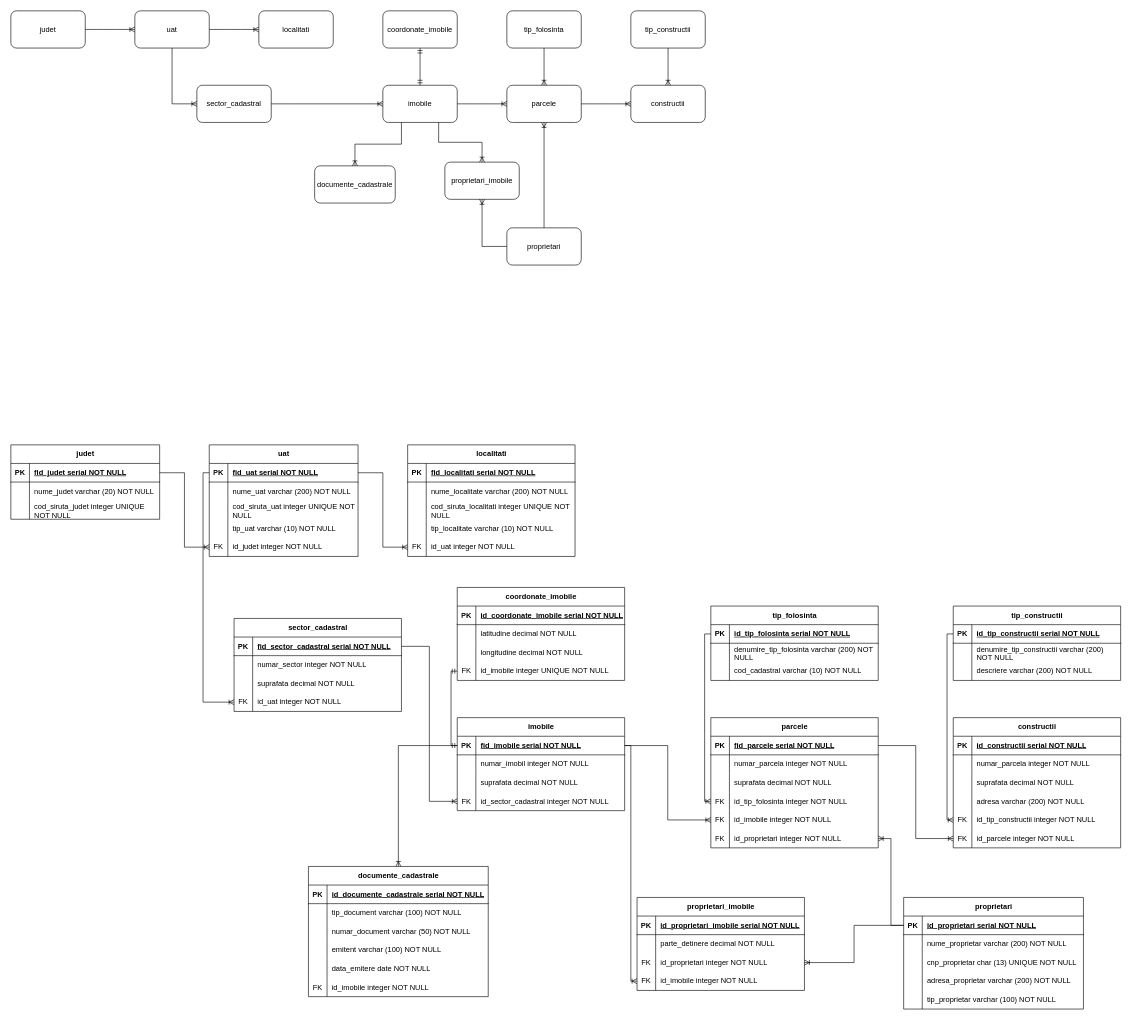
This is Diagramă examen.drawio from AdelaLukacs/examen_sem_I_lukacs_adela, a draw.io file, before an edit. Source tidied: cells renumbered, new cells numbered last; positions are measured from the earlier drawing's top-left corner, leaving out a move shared by most shapes. Both pictures are drawn from the tidied source at 62%, with x=0, y=0 at pixel (11, 11).
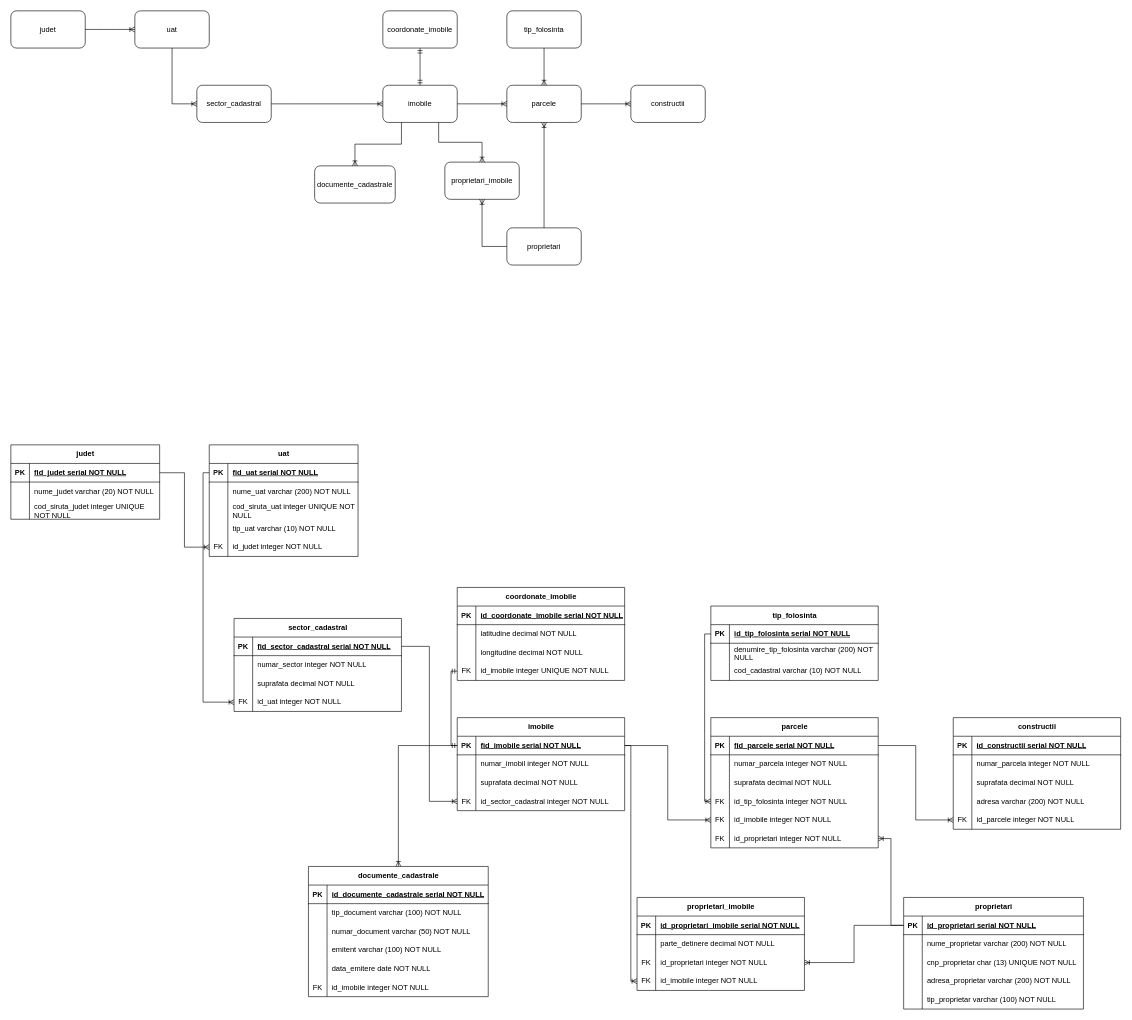
After the change.

Unchanged cells that the change refers to:
```xml
<mxCell id="3" value="uat" style="rounded=1;whiteSpace=wrap;html=1;" parent="1" vertex="1">
  <mxGeometry x="200" width="120" height="60" as="geometry" />
</mxCell>
<mxCell id="8" value="constructii" style="rounded=1;whiteSpace=wrap;html=1;" parent="1" vertex="1">
  <mxGeometry x="1000" y="120" width="120" height="60" as="geometry" />
</mxCell>
<mxCell id="38" style="shape=tableRow;horizontal=0;startSize=0;swimlaneHead=0;swimlaneBody=0;fillColor=none;points=[[0,0.5],[1,0.5]];portConstraint=eastwest;top=0;left=0;right=0;bottom=1;" parent="37" vertex="1">
  <mxGeometry y="30" width="240" height="30" as="geometry" />
</mxCell>
```

What changed in the source:
```diff
@@
-    <mxCell id="4" value="localitati" style="rounded=1;whiteSpace=wrap;html=1;" parent="1" vertex="1">
-      <mxGeometry x="400" width="120" height="60" as="geometry" />
-    </mxCell>
@@
-    <mxCell id="12" value="tip_constructii" style="rounded=1;whiteSpace=wrap;html=1;" parent="1" vertex="1">
-      <mxGeometry x="1000" width="120" height="60" as="geometry" />
-    </mxCell>
@@
-    <mxCell id="15" style="edgeStyle=entityRelationEdgeStyle;fontSize=12;html=1;endArrow=ERoneToMany;rounded=0;exitX=1;exitY=0.5;exitDx=0;exitDy=0;entryX=0;entryY=0.5;entryDx=0;entryDy=0;" parent="1" edge="1" source="3" target="4">
-      <mxGeometry relative="1" as="geometry" />
-    </mxCell>
@@
-    <mxCell id="23" style="fontSize=12;html=1;endArrow=ERoneToMany;rounded=0;exitX=0.5;exitY=1;exitDx=0;exitDy=0;entryX=0.5;entryY=0;entryDx=0;entryDy=0;" parent="1" edge="1" source="12" target="8">
-      <mxGeometry relative="1" as="geometry" />
-    </mxCell>
@@
-    <mxCell id="54" value="localitati" style="shape=table;startSize=30;childLayout=tableLayout;rowLines=0;fontStyle=1;align=center;html=1;" parent="1" vertex="1">
-      <mxGeometry x="640" y="700" width="270" height="180" as="geometry" />
-    </mxCell>
-    <mxCell id="55" style="shape=tableRow;horizontal=0;startSize=0;swimlaneHead=0;swimlaneBody=0;fillColor=none;top=0;left=0;right=0;bottom=1;" parent="54" vertex="1">
-      <mxGeometry y="30" width="270" height="30" as="geometry" />
-    </mxCell>
-    <mxCell id="56" value="PK" style="shape=partialRectangle;fillColor=none;top=0;left=0;bottom=0;right=0;fontStyle=1;overflow=hidden;whiteSpace=wrap;html=1;" parent="55" vertex="1">
-      <mxGeometry width="30" height="30" as="geometry" />
-    </mxCell>
-    <mxCell id="57" value="fid_localitati serial NOT NULL" style="shape=partialRectangle;fillColor=none;top=0;left=0;bottom=0;right=0;align=left;spacingLeft=6;fontStyle=5;overflow=hidden;whiteSpace=wrap;html=1;" parent="55" vertex="1">
-      <mxGeometry x="30" width="240" height="30" as="geometry" />
-    </mxCell>
-    <mxCell id="58" style="shape=tableRow;horizontal=0;startSize=0;swimlaneHead=0;swimlaneBody=0;fillColor=none;top=0;left=0;right=0;bottom=0;" parent="54" vertex="1">
-      <mxGeometry y="60" width="270" height="30" as="geometry" />
-    </mxCell>
-    <mxCell id="59" style="shape=partialRectangle;fillColor=none;top=0;left=0;bottom=0;right=0;overflow=hidden;whiteSpace=wrap;html=1;" parent="58" vertex="1">
-      <mxGeometry width="30" height="30" as="geometry" />
-    </mxCell>
-    <mxCell id="60" value="nume_localitate varchar (200) NOT NULL" style="shape=partialRectangle;fillColor=none;top=0;left=0;bottom=0;right=0;align=left;spacingLeft=6;overflow=hidden;whiteSpace=wrap;html=1;" parent="58" vertex="1">
-      <mxGeometry x="30" width="240" height="30" as="geometry" />
-    </mxCell>
-    <mxCell id="61" style="shape=tableRow;horizontal=0;startSize=0;swimlaneHead=0;swimlaneBody=0;fillColor=none;top=0;left=0;right=0;bottom=0;" parent="54" vertex="1">
-      <mxGeometry y="90" width="270" height="30" as="geometry" />
-    </mxCell>
-    <mxCell id="62" style="shape=partialRectangle;fillColor=none;top=0;left=0;bottom=0;right=0;overflow=hidden;whiteSpace=wrap;html=1;" parent="61" vertex="1">
-      <mxGeometry width="30" height="30" as="geometry" />
-    </mxCell>
-    <mxCell id="63" value="cod_siruta_localitati integer UNIQUE NOT NULL" style="shape=partialRectangle;fillColor=none;top=0;left=0;bottom=0;right=0;align=left;spacingLeft=6;overflow=hidden;whiteSpace=wrap;html=1;" parent="61" vertex="1">
-      <mxGeometry x="30" width="240" height="30" as="geometry" />
-    </mxCell>
-    <mxCell id="64" style="shape=tableRow;horizontal=0;startSize=0;swimlaneHead=0;swimlaneBody=0;fillColor=none;top=0;left=0;right=0;bottom=0;" parent="54" vertex="1">
-      <mxGeometry y="120" width="270" height="30" as="geometry" />
-    </mxCell>
-    <mxCell id="65" style="shape=partialRectangle;fillColor=none;top=0;left=0;bottom=0;right=0;overflow=hidden;whiteSpace=wrap;html=1;" parent="64" vertex="1">
-      <mxGeometry width="30" height="30" as="geometry" />
-    </mxCell>
-    <mxCell id="66" value="tip_localitate varchar (10) NOT NULL" style="shape=partialRectangle;fillColor=none;top=0;left=0;bottom=0;right=0;align=left;spacingLeft=6;overflow=hidden;whiteSpace=wrap;html=1;" parent="64" vertex="1">
-      <mxGeometry x="30" width="240" height="30" as="geometry" />
-    </mxCell>
-    <mxCell id="67" style="shape=tableRow;horizontal=0;startSize=0;swimlaneHead=0;swimlaneBody=0;fillColor=none;points=[[0,0.5],[1,0.5]];portConstraint=eastwest;top=0;left=0;right=0;bottom=0;" parent="54" vertex="1">
-      <mxGeometry y="150" width="270" height="30" as="geometry" />
-    </mxCell>
-    <mxCell id="68" value="FK" style="shape=partialRectangle;fillColor=none;top=0;left=0;bottom=0;right=0;overflow=hidden;whiteSpace=wrap;html=1;" parent="67" vertex="1">
-      <mxGeometry width="30" height="30" as="geometry" />
-    </mxCell>
-    <mxCell id="69" value="id_uat integer NOT NULL&amp;nbsp;" style="shape=partialRectangle;fillColor=none;top=0;left=0;bottom=0;right=0;align=left;spacingLeft=6;overflow=hidden;whiteSpace=wrap;html=1;" parent="67" vertex="1">
-      <mxGeometry x="30" width="240" height="30" as="geometry" />
-    </mxCell>
-    <mxCell id="70" style="edgeStyle=orthogonalEdgeStyle;fontSize=12;html=1;endArrow=ERoneToMany;rounded=0;exitX=1;exitY=0.5;exitDx=0;exitDy=0;entryX=0;entryY=0.5;entryDx=0;entryDy=0;" parent="1" edge="1" source="38" target="67">
-      <mxGeometry relative="1" as="geometry" />
-    </mxCell>
@@
     <mxCell id="145" value="constructii" style="shape=table;startSize=30;childLayout=tableLayout;rowLines=0;fontStyle=1;align=center;html=1;" parent="1" vertex="1">
-      <mxGeometry x="1520" y="1140" width="270" height="210" as="geometry" />
+      <mxGeometry x="1520" y="1140" width="270" height="180" as="geometry" />
     </mxCell>
@@
-    <mxCell id="158" style="shape=tableRow;horizontal=0;startSize=0;swimlaneHead=0;swimlaneBody=0;fillColor=none;points=[[0,0.5],[1,0.5]];portConstraint=eastwest;top=0;left=0;right=0;bottom=0;" parent="145" vertex="1">
-      <mxGeometry y="150" width="270" height="30" as="geometry" />
-    </mxCell>
-    <mxCell id="159" value="FK" style="shape=partialRectangle;fillColor=none;top=0;left=0;bottom=0;right=0;overflow=hidden;whiteSpace=wrap;html=1;" parent="158" vertex="1">
-      <mxGeometry width="30" height="30" as="geometry" />
-    </mxCell>
-    <mxCell id="160" value="id_tip_constructii integer NOT NULL&amp;nbsp;" style="shape=partialRectangle;fillColor=none;top=0;left=0;bottom=0;right=0;align=left;spacingLeft=6;overflow=hidden;whiteSpace=wrap;html=1;" parent="158" vertex="1">
-      <mxGeometry x="30" width="240" height="30" as="geometry" />
-    </mxCell>
     <mxCell id="161" style="shape=tableRow;horizontal=0;startSize=0;swimlaneHead=0;swimlaneBody=0;fillColor=none;points=[[0,0.5],[1,0.5]];portConstraint=eastwest;top=0;left=0;right=0;bottom=0;" parent="145" vertex="1">
-      <mxGeometry y="180" width="270" height="30" as="geometry" />
+      <mxGeometry y="150" width="270" height="30" as="geometry" />
     </mxCell>
@@
-    <mxCell id="165" value="tip_constructii" style="shape=table;startSize=30;childLayout=tableLayout;rowLines=0;fontStyle=1;align=center;html=1;" parent="1" vertex="1">
-      <mxGeometry x="1520" y="960" width="270" height="120" as="geometry" />
-    </mxCell>
-    <mxCell id="166" style="shape=tableRow;horizontal=0;startSize=0;swimlaneHead=0;swimlaneBody=0;fillColor=none;points=[[0,0.5],[1,0.5]];portConstraint=eastwest;top=0;left=0;right=0;bottom=1;" parent="165" vertex="1">
-      <mxGeometry y="30" width="270" height="30" as="geometry" />
-    </mxCell>
-    <mxCell id="167" value="PK" style="shape=partialRectangle;fillColor=none;top=0;left=0;bottom=0;right=0;fontStyle=1;overflow=hidden;whiteSpace=wrap;html=1;" parent="166" vertex="1">
-      <mxGeometry width="30" height="30" as="geometry" />
-    </mxCell>
-    <mxCell id="168" value="id_tip_constructii serial NOT NULL" style="shape=partialRectangle;fillColor=none;top=0;left=0;bottom=0;right=0;align=left;spacingLeft=6;fontStyle=5;overflow=hidden;whiteSpace=wrap;html=1;" parent="166" vertex="1">
-      <mxGeometry x="30" width="240" height="30" as="geometry" />
-    </mxCell>
-    <mxCell id="169" style="shape=tableRow;horizontal=0;startSize=0;swimlaneHead=0;swimlaneBody=0;fillColor=none;top=0;left=0;right=0;bottom=0;" parent="165" vertex="1">
-      <mxGeometry y="60" width="270" height="30" as="geometry" />
-    </mxCell>
-    <mxCell id="170" style="shape=partialRectangle;fillColor=none;top=0;left=0;bottom=0;right=0;overflow=hidden;whiteSpace=wrap;html=1;" parent="169" vertex="1">
-      <mxGeometry width="30" height="30" as="geometry" />
-    </mxCell>
-    <mxCell id="171" value="&lt;span style=&quot;background-color: transparent; color: light-dark(rgb(0, 0, 0), rgb(255, 255, 255));&quot;&gt;denumire_tip_constructii varchar (200) NOT NULL&lt;/span&gt;" style="shape=partialRectangle;fillColor=none;top=0;left=0;bottom=0;right=0;align=left;spacingLeft=6;overflow=hidden;whiteSpace=wrap;html=1;" parent="169" vertex="1">
-      <mxGeometry x="30" width="240" height="30" as="geometry" />
-    </mxCell>
-    <mxCell id="172" style="shape=tableRow;horizontal=0;startSize=0;swimlaneHead=0;swimlaneBody=0;fillColor=none;top=0;left=0;right=0;bottom=0;" parent="165" vertex="1">
-      <mxGeometry y="90" width="270" height="30" as="geometry" />
-    </mxCell>
-    <mxCell id="173" style="shape=partialRectangle;fillColor=none;top=0;left=0;bottom=0;right=0;overflow=hidden;whiteSpace=wrap;html=1;" parent="172" vertex="1">
-      <mxGeometry width="30" height="30" as="geometry" />
-    </mxCell>
-    <mxCell id="174" value="descriere varchar (200) NOT NULL" style="shape=partialRectangle;fillColor=none;top=0;left=0;bottom=0;right=0;align=left;spacingLeft=6;overflow=hidden;whiteSpace=wrap;html=1;" parent="172" vertex="1">
-      <mxGeometry x="30" width="240" height="30" as="geometry" />
-    </mxCell>
-    <mxCell id="175" style="edgeStyle=orthogonalEdgeStyle;fontSize=12;html=1;endArrow=ERoneToMany;rounded=0;entryX=0;entryY=0.5;entryDx=0;entryDy=0;exitX=0;exitY=0.5;exitDx=0;exitDy=0;" parent="1" edge="1" source="166" target="158">
-      <mxGeometry relative="1" as="geometry" />
-    </mxCell>
```
